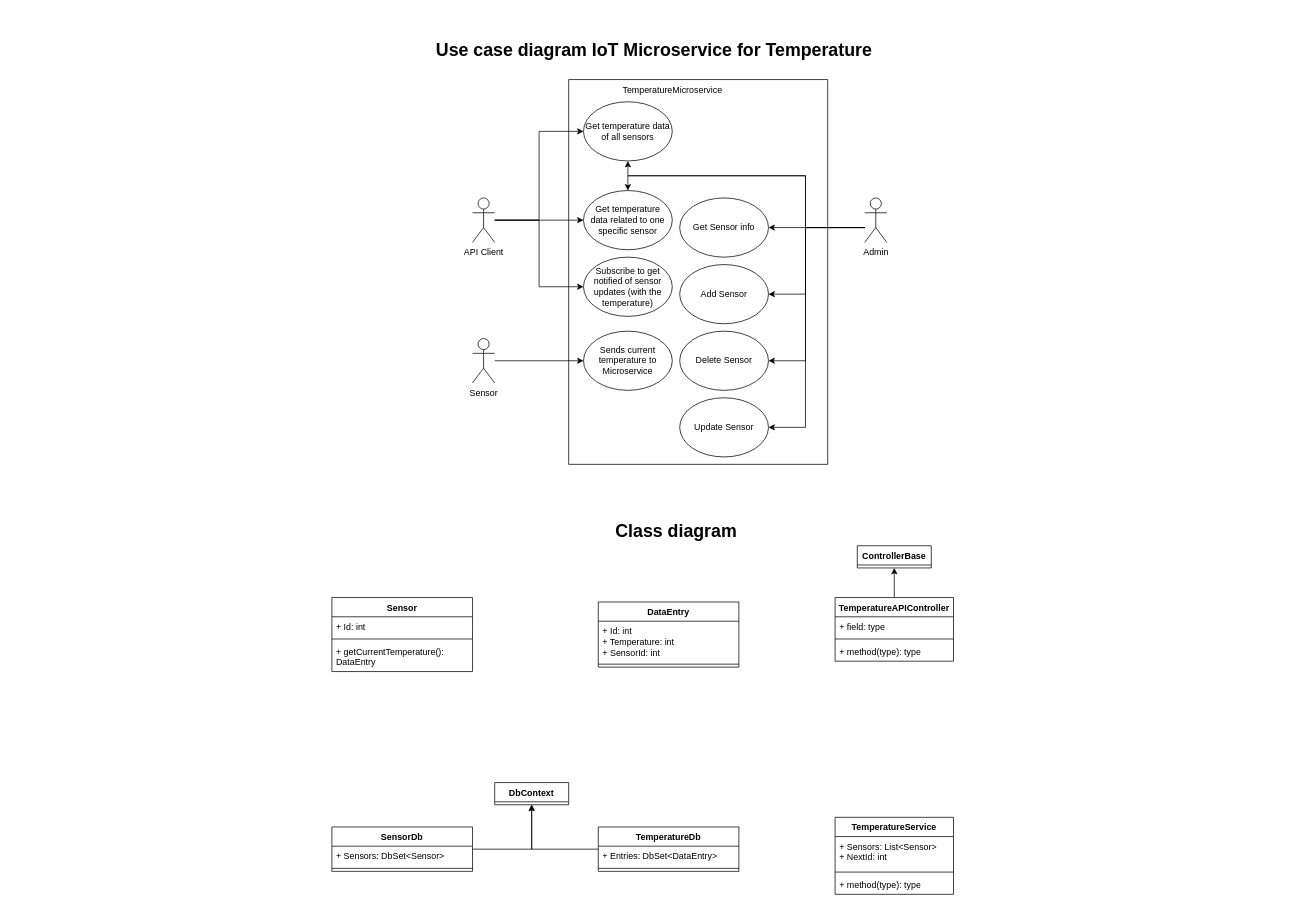
Before: Advanced_programming_use_case.drawio in vincentbriat/vincentbriat, a draw.io diagram. Source tidied: cells renumbered, new cells numbered last; positions are measured from the earlier drawing's top-left corner, leaving out a move shared by most shapes. Both pictures are drawn from the tidied source at 74%, with x=0, y=0 at pixel (95, 35).
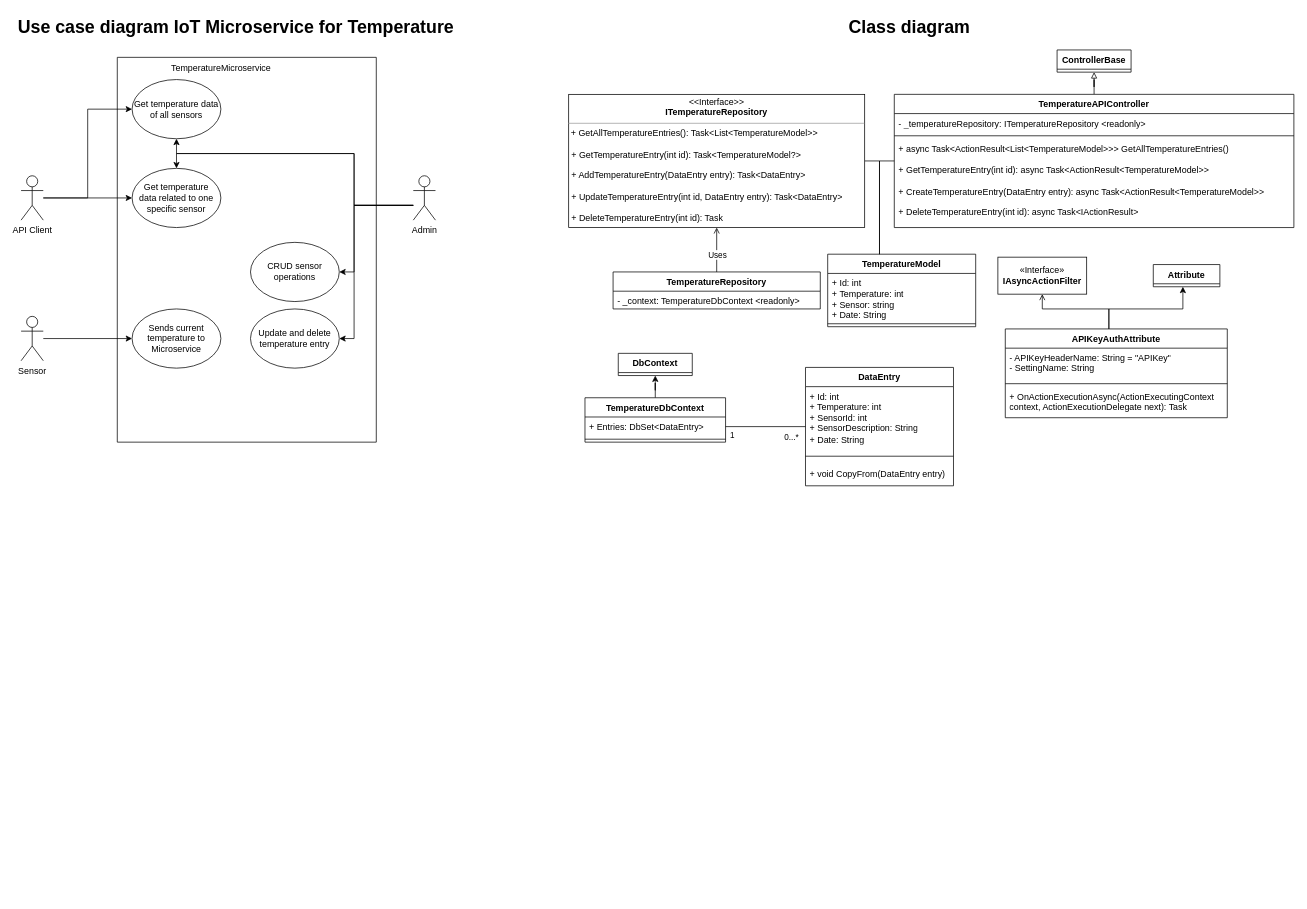
After the change.

The change refers to these unchanged cells:
```xml
<mxCell id="5" value="Get temperature&lt;br&gt;data related to one specific sensor" style="ellipse;whiteSpace=wrap;html=1;" parent="3" vertex="1">
  <mxGeometry x="20" y="150" width="120" height="80" as="geometry" />
</mxCell>
<mxCell id="10" value="Get temperature data&lt;br&gt;of all sensors" style="ellipse;whiteSpace=wrap;html=1;" parent="3" vertex="1">
  <mxGeometry x="20" y="30" width="120" height="80" as="geometry" />
</mxCell>
<mxCell id="41" value="+ Entries: DbSet&amp;lt;DataEntry&amp;gt;" style="text;strokeColor=none;fillColor=none;align=left;verticalAlign=top;spacingLeft=4;spacingRight=4;overflow=hidden;points=[[0,0.5],[1,0.5]];portConstraint=eastwest;whiteSpace=wrap;html=1;" parent="40" vertex="1">
  <mxGeometry y="26" width="190" height="26" as="geometry" />
</mxCell>
```

Change to the diagram source:
```diff
@@
     <mxCell id="2" value="Use case diagram IoT Microservice for Temperature" style="text;strokeColor=none;fillColor=none;html=1;fontSize=24;fontStyle=1;verticalAlign=middle;align=center;" parent="1" vertex="1">
-      <mxGeometry width="1510" height="40" as="geometry" />
+      <mxGeometry x="-110" y="-30" width="600" height="40" as="geometry" />
     </mxCell>
     <mxCell id="3" style="swimlane;startSize=0;" parent="1" vertex="1">
-      <mxGeometry x="640" y="60" width="350" height="520" as="geometry" />
+      <mxGeometry x="30" y="30" width="350" height="520" as="geometry" />
     </mxCell>
@@
-    <mxCell id="6" value="Add Sensor" style="ellipse;whiteSpace=wrap;html=1;" parent="3" vertex="1">
-      <mxGeometry x="150" y="250" width="120" height="80" as="geometry" />
+    <mxCell id="6" value="Update and delete&lt;br&gt;temperature entry" style="ellipse;whiteSpace=wrap;html=1;" parent="3" vertex="1">
+      <mxGeometry x="180" y="340" width="120" height="80" as="geometry" />
     </mxCell>
-    <mxCell id="7" value="Delete Sensor" style="ellipse;whiteSpace=wrap;html=1;" parent="3" vertex="1">
-      <mxGeometry x="150" y="340" width="120" height="80" as="geometry" />
-    </mxCell>
-    <mxCell id="8" value="Update Sensor" style="ellipse;whiteSpace=wrap;html=1;" parent="3" vertex="1">
-      <mxGeometry x="150" y="430" width="120" height="80" as="geometry" />
-    </mxCell>
-    <mxCell id="9" value="Get Sensor info" style="ellipse;whiteSpace=wrap;html=1;" parent="3" vertex="1">
-      <mxGeometry x="150" y="160" width="120" height="80" as="geometry" />
+    <mxCell id="9" value="CRUD sensor operations" style="ellipse;whiteSpace=wrap;html=1;" parent="3" vertex="1">
+      <mxGeometry x="180" y="250" width="120" height="80" as="geometry" />
     </mxCell>
@@
-    <mxCell id="15" value="Subscribe to get notified of sensor updates (with the temperature)" style="ellipse;whiteSpace=wrap;html=1;" parent="3" vertex="1">
-      <mxGeometry x="20" y="240" width="120" height="80" as="geometry" />
-    </mxCell>
     <mxCell id="16" style="edgeStyle=orthogonalEdgeStyle;rounded=0;jettySize=auto;html=1;" parent="1" edge="1" source="18" target="10">
       <mxGeometry relative="1" as="geometry">
         <Array as="points">
-          <mxPoint x="600" y="250" />
-          <mxPoint x="600" y="130" />
+          <mxPoint x="-10" y="220" />
+          <mxPoint x="-10" y="100" />
         </Array>
       </mxGeometry>
     </mxCell>
-    <mxCell id="17" style="edgeStyle=orthogonalEdgeStyle;rounded=0;jettySize=auto;html=1;" parent="1" edge="1" source="18" target="15">
-      <mxGeometry relative="1" as="geometry">
-        <Array as="points">
-          <mxPoint x="600" y="250" />
-          <mxPoint x="600" y="340" />
-        </Array>
-      </mxGeometry>
-    </mxCell>
     <mxCell id="18" value="API Client" style="shape=umlActor;verticalLabelPosition=bottom;verticalAlign=top;html=1;outlineConnect=0;" parent="1" vertex="1">
-      <mxGeometry x="510" y="220" width="30" height="60" as="geometry" />
+      <mxGeometry x="-100" y="190" width="30" height="60" as="geometry" />
     </mxCell>
     <mxCell id="19" style="edgeStyle=orthogonalEdgeStyle;rounded=0;jettySize=auto;html=1;" parent="1" edge="1" source="24" target="6">
       <mxGeometry relative="1" as="geometry">
         <Array as="points">
-          <mxPoint x="960" y="260" />
-          <mxPoint x="960" y="350" />
+          <mxPoint x="350" y="230" />
+          <mxPoint x="350" y="410" />
         </Array>
       </mxGeometry>
     </mxCell>
     <mxCell id="20" style="edgeStyle=orthogonalEdgeStyle;rounded=0;jettySize=auto;html=1;" parent="1" edge="1" source="24" target="9">
       <mxGeometry relative="1" as="geometry">
         <Array as="points">
-          <mxPoint x="1000" y="260" />
-          <mxPoint x="1000" y="260" />
+          <mxPoint x="350" y="230" />
+          <mxPoint x="350" y="320" />
         </Array>
       </mxGeometry>
     </mxCell>
-    <mxCell id="21" style="edgeStyle=orthogonalEdgeStyle;rounded=0;jettySize=auto;html=1;" parent="1" edge="1" source="24" target="7">
-      <mxGeometry relative="1" as="geometry">
-        <Array as="points">
-          <mxPoint x="960" y="260" />
-          <mxPoint x="960" y="440" />
-        </Array>
-      </mxGeometry>
-    </mxCell>
-    <mxCell id="22" style="edgeStyle=orthogonalEdgeStyle;rounded=0;jettySize=auto;html=1;" parent="1" edge="1" source="24" target="8">
-      <mxGeometry relative="1" as="geometry">
-        <Array as="points">
-          <mxPoint x="960" y="260" />
-          <mxPoint x="960" y="530" />
-        </Array>
-      </mxGeometry>
-    </mxCell>
     <mxCell id="23" style="edgeStyle=orthogonalEdgeStyle;rounded=0;jettySize=auto;html=1;" parent="1" edge="1" source="24" target="5">
       <mxGeometry relative="1" as="geometry">
         <Array as="points">
-          <mxPoint x="960" y="260" />
-          <mxPoint x="960" y="190" />
-          <mxPoint x="720" y="190" />
+          <mxPoint x="350" y="230" />
+          <mxPoint x="350" y="160" />
+          <mxPoint x="110" y="160" />
         </Array>
       </mxGeometry>
     </mxCell>
     <mxCell id="24" value="Admin" style="shape=umlActor;verticalLabelPosition=bottom;verticalAlign=top;html=1;outlineConnect=0;" parent="1" vertex="1">
-      <mxGeometry x="1040" y="220" width="30" height="60" as="geometry" />
+      <mxGeometry x="430" y="190" width="30" height="60" as="geometry" />
     </mxCell>
@@
     <mxCell id="26" value="Class diagram" style="text;strokeColor=none;fillColor=none;html=1;fontSize=24;fontStyle=1;verticalAlign=middle;align=center;" parent="1" vertex="1">
-      <mxGeometry x="30" y="650" width="1510" height="40" as="geometry" />
+      <mxGeometry x="1000" y="-30" width="200" height="40" as="geometry" />
     </mxCell>
-    <mxCell id="27" value="Sensor" style="swimlane;fontStyle=1;align=center;verticalAlign=top;horizontal=1;startSize=26;whiteSpace=wrap;html=1;" parent="1" vertex="1">
-      <mxGeometry x="320" y="760" width="190" height="100" as="geometry" />
-    </mxCell>
-    <mxCell id="28" value="+ Id: int" style="text;strokeColor=none;fillColor=none;align=left;verticalAlign=top;spacingLeft=4;spacingRight=4;overflow=hidden;whiteSpace=wrap;html=1;" parent="27" vertex="1">
-      <mxGeometry y="26" width="190" height="26" as="geometry" />
-    </mxCell>
-    <mxCell id="29" style="line;strokeWidth=1;fillColor=none;align=left;verticalAlign=middle;spacingTop=-1;spacingLeft=3;spacingRight=3;labelPosition=right;strokeColor=inherit;" parent="27" vertex="1">
-      <mxGeometry y="52" width="190" height="8" as="geometry" />
-    </mxCell>
-    <mxCell id="30" value="+ getCurrentTemperature(): DataEntry" style="text;strokeColor=none;fillColor=none;align=left;verticalAlign=top;spacingLeft=4;spacingRight=4;overflow=hidden;whiteSpace=wrap;html=1;" parent="27" vertex="1">
-      <mxGeometry y="60" width="190" height="40" as="geometry" />
-    </mxCell>
     <mxCell id="31" value="DbContext" style="swimlane;fontStyle=1;align=center;verticalAlign=top;horizontal=1;startSize=26;whiteSpace=wrap;html=1;" parent="1" vertex="1" collapsed="1">
-      <mxGeometry x="540" y="1010" width="100" height="30" as="geometry" />
+      <mxGeometry x="707" y="430" width="100" height="30" as="geometry" />
     </mxCell>
-    <mxCell id="32" style="edgeStyle=orthogonalEdgeStyle;rounded=0;jettySize=auto;html=1;" parent="1" edge="1" source="33" target="31">
-      <mxGeometry relative="1" as="geometry" />
-    </mxCell>
-    <mxCell id="33" value="SensorDb" style="swimlane;fontStyle=1;align=center;verticalAlign=top;horizontal=1;startSize=26;whiteSpace=wrap;html=1;" parent="1" vertex="1">
-      <mxGeometry x="320" y="1070" width="190" height="60" as="geometry" />
-    </mxCell>
-    <mxCell id="34" value="+ Sensors: DbSet&amp;lt;Sensor&amp;gt;" style="text;strokeColor=none;fillColor=none;align=left;verticalAlign=top;spacingLeft=4;spacingRight=4;overflow=hidden;whiteSpace=wrap;html=1;" parent="33" vertex="1">
-      <mxGeometry y="26" width="190" height="26" as="geometry" />
-    </mxCell>
-    <mxCell id="35" style="line;strokeWidth=1;fillColor=none;align=left;verticalAlign=middle;spacingTop=-1;spacingLeft=3;spacingRight=3;labelPosition=right;strokeColor=inherit;" parent="33" vertex="1">
-      <mxGeometry y="52" width="190" height="8" as="geometry" />
-    </mxCell>
+    <mxCell id="53" style="edgeStyle=orthogonalEdgeStyle;rounded=0;jettySize=auto;html=1;endArrow=none;endFill=0;" parent="1" edge="1" source="36" target="41">
+      <mxGeometry relative="1" as="geometry" />
+    </mxCell>
+    <mxCell id="54" value="0...*" style="edgeLabel;html=1;align=center;verticalAlign=middle;" parent="53" vertex="1">
+      <mxGeometry x="-0.78" y="1" relative="1" as="geometry">
+        <mxPoint x="-8" y="12" as="offset" />
+      </mxGeometry>
+    </mxCell>
+    <mxCell id="55" value="1" style="edgeLabel;html=1;align=center;verticalAlign=middle;" parent="53" vertex="1">
+      <mxGeometry x="0.72" y="2" relative="1" as="geometry">
+        <mxPoint x="-7" y="9" as="offset" />
+      </mxGeometry>
+    </mxCell>
     <mxCell id="36" value="DataEntry" style="swimlane;fontStyle=1;align=center;verticalAlign=top;horizontal=1;startSize=26;whiteSpace=wrap;html=1;" parent="1" vertex="1">
-      <mxGeometry x="680" y="766" width="190" height="88" as="geometry" />
+      <mxGeometry x="960" y="449" width="200" height="160" as="geometry" />
     </mxCell>
-    <mxCell id="37" value="+ Id: int&lt;br&gt;+ Temperature: int&lt;br&gt;+ SensorId: int" style="text;strokeColor=none;fillColor=none;align=left;verticalAlign=top;spacingLeft=4;spacingRight=4;overflow=hidden;whiteSpace=wrap;html=1;" parent="36" vertex="1">
-      <mxGeometry y="26" width="190" height="54" as="geometry" />
+    <mxCell id="37" value="+ Id: int&lt;br&gt;+ Temperature: int&lt;br&gt;+ SensorId: int&lt;br&gt;+ SensorDescription: String&lt;br&gt;+ Date: String" style="text;strokeColor=none;fillColor=none;align=left;verticalAlign=top;spacingLeft=4;spacingRight=4;overflow=hidden;whiteSpace=wrap;html=1;" parent="36" vertex="1">
+      <mxGeometry y="26" width="200" height="84" as="geometry" />
     </mxCell>
     <mxCell id="38" style="line;strokeWidth=1;fillColor=none;align=left;verticalAlign=middle;spacingTop=-1;spacingLeft=3;spacingRight=3;labelPosition=right;strokeColor=inherit;" parent="36" vertex="1">
-      <mxGeometry y="80" width="190" height="8" as="geometry" />
+      <mxGeometry y="110" width="200" height="20" as="geometry" />
     </mxCell>
+    <mxCell id="56" value="+ void CopyFrom(DataEntry entry)" style="text;strokeColor=none;fillColor=none;align=left;verticalAlign=top;spacingLeft=4;spacingRight=4;overflow=hidden;whiteSpace=wrap;html=1;" parent="36" vertex="1">
+      <mxGeometry y="130" width="200" height="30" as="geometry" />
+    </mxCell>
@@
-    <mxCell id="40" value="TemperatureDb" style="swimlane;fontStyle=1;align=center;verticalAlign=top;horizontal=1;startSize=26;whiteSpace=wrap;html=1;" parent="1" vertex="1">
-      <mxGeometry x="680" y="1070" width="190" height="60" as="geometry" />
+    <mxCell id="40" value="TemperatureDbContext" style="swimlane;fontStyle=1;align=center;verticalAlign=top;horizontal=1;startSize=26;whiteSpace=wrap;html=1;" parent="1" vertex="1">
+      <mxGeometry x="662" y="490" width="190" height="60" as="geometry" />
     </mxCell>
@@
-    <mxCell id="43" value="TemperatureService" style="swimlane;fontStyle=1;align=center;verticalAlign=top;horizontal=1;startSize=26;whiteSpace=wrap;html=1;" parent="1" vertex="1">
-      <mxGeometry x="1000" y="1057" width="160" height="104" as="geometry" />
+    <mxCell id="43" value="TemperatureModel" style="swimlane;fontStyle=1;align=center;verticalAlign=top;horizontal=1;startSize=26;whiteSpace=wrap;html=1;" parent="1" vertex="1">
+      <mxGeometry x="990" y="296" width="200" height="98" as="geometry" />
     </mxCell>
-    <mxCell id="44" value="+ Sensors: List&amp;lt;Sensor&amp;gt;&lt;br&gt;+ NextId: int" style="text;strokeColor=none;fillColor=none;align=left;verticalAlign=top;spacingLeft=4;spacingRight=4;overflow=hidden;whiteSpace=wrap;html=1;" parent="43" vertex="1">
-      <mxGeometry y="26" width="160" height="44" as="geometry" />
+    <mxCell id="44" value="&lt;div&gt;+ Id: int&lt;/div&gt;&lt;div&gt;+&amp;nbsp;&lt;span style=&quot;background-color: initial;&quot;&gt;Temperature: int&lt;/span&gt;&lt;/div&gt;&lt;div&gt;+ Sensor: string&lt;/div&gt;&lt;div&gt;+ Date: String&lt;/div&gt;" style="text;strokeColor=none;fillColor=none;align=left;verticalAlign=top;spacingLeft=4;spacingRight=4;overflow=hidden;whiteSpace=wrap;html=1;" parent="43" vertex="1">
+      <mxGeometry y="26" width="200" height="64" as="geometry" />
     </mxCell>
     <mxCell id="45" style="line;strokeWidth=1;fillColor=none;align=left;verticalAlign=middle;spacingTop=-1;spacingLeft=3;spacingRight=3;labelPosition=right;strokeColor=inherit;" parent="43" vertex="1">
-      <mxGeometry y="70" width="160" height="8" as="geometry" />
+      <mxGeometry y="90" width="200" height="8" as="geometry" />
     </mxCell>
-    <mxCell id="46" value="+ method(type): type" style="text;strokeColor=none;fillColor=none;align=left;verticalAlign=top;spacingLeft=4;spacingRight=4;overflow=hidden;whiteSpace=wrap;html=1;" parent="43" vertex="1">
-      <mxGeometry y="78" width="160" height="26" as="geometry" />
-    </mxCell>
-    <mxCell id="47" style="edgeStyle=orthogonalEdgeStyle;rounded=0;jettySize=auto;html=1;" parent="1" edge="1" source="48" target="52">
+    <mxCell id="47" style="edgeStyle=orthogonalEdgeStyle;rounded=0;jettySize=auto;html=1;endArrow=block;endFill=0;" parent="1" edge="1" source="48" target="52">
       <mxGeometry relative="1" as="geometry" />
     </mxCell>
+    <mxCell id="57" style="edgeStyle=orthogonalEdgeStyle;rounded=0;jettySize=auto;html=1;endArrow=none;endFill=0;" parent="1" edge="1" source="48" target="43">
+      <mxGeometry relative="1" as="geometry">
+        <Array as="points">
+          <mxPoint x="1060" y="170" />
+        </Array>
+      </mxGeometry>
+    </mxCell>
     <mxCell id="48" value="TemperatureAPIController" style="swimlane;fontStyle=1;align=center;verticalAlign=top;horizontal=1;startSize=26;whiteSpace=wrap;html=1;" parent="1" vertex="1">
-      <mxGeometry x="1000" y="760" width="160" height="86" as="geometry" />
+      <mxGeometry x="1080" y="80" width="540" height="180" as="geometry" />
     </mxCell>
-    <mxCell id="49" value="+ field: type" style="text;strokeColor=none;fillColor=none;align=left;verticalAlign=top;spacingLeft=4;spacingRight=4;overflow=hidden;whiteSpace=wrap;html=1;" parent="48" vertex="1">
-      <mxGeometry y="26" width="160" height="26" as="geometry" />
+    <mxCell id="49" value="- _temperatureRepository: ITemperatureRepository&amp;nbsp;&amp;lt;readonly&amp;gt;" style="text;strokeColor=none;fillColor=none;align=left;verticalAlign=top;spacingLeft=4;spacingRight=4;overflow=hidden;whiteSpace=wrap;html=1;" parent="48" vertex="1">
+      <mxGeometry y="26" width="540" height="26" as="geometry" />
     </mxCell>
     <mxCell id="50" style="line;strokeWidth=1;fillColor=none;align=left;verticalAlign=middle;spacingTop=-1;spacingLeft=3;spacingRight=3;labelPosition=right;strokeColor=inherit;" parent="48" vertex="1">
-      <mxGeometry y="52" width="160" height="8" as="geometry" />
+      <mxGeometry y="52" width="540" height="8" as="geometry" />
     </mxCell>
-    <mxCell id="51" value="+ method(type): type" style="text;strokeColor=none;fillColor=none;align=left;verticalAlign=top;spacingLeft=4;spacingRight=4;overflow=hidden;whiteSpace=wrap;html=1;" parent="48" vertex="1">
-      <mxGeometry y="60" width="160" height="26" as="geometry" />
+    <mxCell id="51" value="+ async Task&amp;lt;ActionResult&amp;lt;List&amp;lt;TemperatureModel&amp;gt;&amp;gt;&amp;gt; GetAllTemperatureEntries()&lt;br&gt;&lt;br&gt;+ GetTemperatureEntry(int id): async Task&amp;lt;ActionResult&amp;lt;TemperatureModel&amp;gt;&amp;gt;&lt;br&gt;&lt;br&gt;+ CreateTemperatureEntry(DataEntry entry): async Task&amp;lt;ActionResult&amp;lt;TemperatureModel&amp;gt;&amp;gt;&lt;br&gt;&lt;br&gt;+ DeleteTemperatureEntry(int id): async Task&amp;lt;IActionResult&amp;gt;" style="text;strokeColor=none;fillColor=none;align=left;verticalAlign=top;spacingLeft=4;spacingRight=4;overflow=hidden;whiteSpace=wrap;html=1;" parent="48" vertex="1">
+      <mxGeometry y="60" width="540" height="120" as="geometry" />
     </mxCell>
     <mxCell id="52" value="ControllerBase" style="swimlane;fontStyle=1;align=center;verticalAlign=top;horizontal=1;startSize=26;whiteSpace=wrap;html=1;" parent="1" vertex="1" collapsed="1">
-      <mxGeometry x="1030" y="690" width="100" height="30" as="geometry" />
+      <mxGeometry x="1300" y="20" width="100" height="30" as="geometry" />
     </mxCell>
+    <mxCell id="58" style="edgeStyle=orthogonalEdgeStyle;rounded=0;jettySize=auto;html=1;endArrow=none;endFill=0;" parent="1" edge="1" source="59" target="43">
+      <mxGeometry relative="1" as="geometry">
+        <Array as="points">
+          <mxPoint x="1060" y="170" />
+        </Array>
+      </mxGeometry>
+    </mxCell>
+    <mxCell id="59" value="&lt;p style=&quot;margin:0px;margin-top:4px;text-align:center;&quot;&gt;&lt;i&gt;&amp;lt;&amp;lt;&lt;/i&gt;Interface&lt;i&gt;&amp;gt;&amp;gt;&lt;/i&gt;&lt;br&gt;&lt;b&gt;ITemperatureRepository&lt;/b&gt;&lt;br&gt;&lt;/p&gt;&lt;hr size=&quot;1&quot;&gt;&lt;p style=&quot;margin:0px;margin-left:4px;&quot;&gt;&lt;/p&gt;&lt;p style=&quot;margin:0px;margin-left:4px;&quot;&gt;&lt;/p&gt;&amp;nbsp;+ GetAllTemperatureEntries(): Task&amp;lt;List&amp;lt;TemperatureModel&amp;gt;&amp;gt;&lt;br&gt;&lt;br&gt;&lt;p style=&quot;margin:0px;margin-left:4px;&quot;&gt;+ GetTemperatureEntry(int id): Task&amp;lt;TemperatureModel?&amp;gt;&lt;/p&gt;&lt;p style=&quot;margin:0px;margin-left:4px;&quot;&gt;&lt;br&gt;&lt;/p&gt;&lt;p style=&quot;margin:0px;margin-left:4px;&quot;&gt;+ AddTemperatureEntry(DataEntry entry): Task&amp;lt;DataEntry&amp;gt;&lt;/p&gt;&lt;p style=&quot;margin:0px;margin-left:4px;&quot;&gt;&lt;br&gt;&lt;/p&gt;&lt;p style=&quot;margin:0px;margin-left:4px;&quot;&gt;+ UpdateTemperatureEntry(int id, DataEntry entry): Task&amp;lt;DataEntry&amp;gt;&lt;/p&gt;&lt;p style=&quot;margin:0px;margin-left:4px;&quot;&gt;&lt;br&gt;&lt;/p&gt;&lt;p style=&quot;margin:0px;margin-left:4px;&quot;&gt;+ DeleteTemperatureEntry(int id): Task&lt;/p&gt;" style="verticalAlign=top;align=left;overflow=fill;fontSize=12;fontFamily=Helvetica;html=1;whiteSpace=wrap;" parent="1" vertex="1">
+      <mxGeometry x="640" y="80" width="400" height="180" as="geometry" />
+    </mxCell>
+    <mxCell id="60" style="edgeStyle=orthogonalEdgeStyle;rounded=0;jettySize=auto;html=1;endArrow=open;endFill=0;" parent="1" edge="1" source="62" target="59">
+      <mxGeometry relative="1" as="geometry" />
+    </mxCell>
+    <mxCell id="61" value="Uses" style="edgeLabel;html=1;align=center;verticalAlign=middle;" parent="60" vertex="1">
+      <mxGeometry x="-0.08" y="3" relative="1" as="geometry">
+        <mxPoint x="3" y="4" as="offset" />
+      </mxGeometry>
+    </mxCell>
+    <mxCell id="62" value="TemperatureRepository" style="swimlane;fontStyle=1;align=center;verticalAlign=top;horizontal=1;startSize=26;whiteSpace=wrap;html=1;" parent="1" vertex="1">
+      <mxGeometry x="700" y="320" width="280" height="50" as="geometry" />
+    </mxCell>
+    <mxCell id="63" value="- _context: TemperatureDbContext &amp;lt;readonly&amp;gt;" style="text;strokeColor=none;fillColor=none;align=left;verticalAlign=top;spacingLeft=4;spacingRight=4;overflow=hidden;whiteSpace=wrap;html=1;" parent="62" vertex="1">
+      <mxGeometry y="26" width="280" height="24" as="geometry" />
+    </mxCell>
+    <mxCell id="64" style="edgeStyle=orthogonalEdgeStyle;rounded=0;jettySize=auto;html=1;endArrow=open;endFill=0;" parent="1" edge="1" source="66" target="70">
+      <mxGeometry relative="1" as="geometry">
+        <Array as="points">
+          <mxPoint x="1370" y="370" />
+          <mxPoint x="1280" y="370" />
+        </Array>
+      </mxGeometry>
+    </mxCell>
+    <mxCell id="65" style="edgeStyle=orthogonalEdgeStyle;rounded=0;jettySize=auto;html=1;" parent="1" edge="1" source="66" target="71">
+      <mxGeometry relative="1" as="geometry">
+        <Array as="points">
+          <mxPoint x="1370" y="370" />
+          <mxPoint x="1470" y="370" />
+        </Array>
+      </mxGeometry>
+    </mxCell>
+    <mxCell id="66" value="APIKeyAuthAttribute" style="swimlane;fontStyle=1;align=center;verticalAlign=top;horizontal=1;startSize=26;whiteSpace=wrap;html=1;" parent="1" vertex="1">
+      <mxGeometry x="1230" y="397" width="300" height="120" as="geometry" />
+    </mxCell>
+    <mxCell id="67" value="&lt;div&gt;- APIKeyHeaderName: String = &quot;APIKey&quot;&lt;/div&gt;&lt;div&gt;- SettingName: String&lt;/div&gt;" style="text;strokeColor=none;fillColor=none;align=left;verticalAlign=top;spacingLeft=4;spacingRight=4;overflow=hidden;whiteSpace=wrap;html=1;" parent="66" vertex="1">
+      <mxGeometry y="26" width="300" height="44" as="geometry" />
+    </mxCell>
+    <mxCell id="68" style="line;strokeWidth=1;fillColor=none;align=left;verticalAlign=middle;spacingTop=-1;spacingLeft=3;spacingRight=3;labelPosition=right;strokeColor=inherit;" parent="66" vertex="1">
+      <mxGeometry y="70" width="300" height="8" as="geometry" />
+    </mxCell>
+    <mxCell id="69" value="+ OnActionExecutionAsync(ActionExecutingContext context, ActionExecutionDelegate next): Task" style="text;strokeColor=none;fillColor=none;align=left;verticalAlign=top;spacingLeft=4;spacingRight=4;overflow=hidden;whiteSpace=wrap;html=1;" parent="66" vertex="1">
+      <mxGeometry y="78" width="300" height="42" as="geometry" />
+    </mxCell>
+    <mxCell id="70" value="«Interface»&lt;br&gt;&lt;b&gt;IAsyncActionFilter&lt;/b&gt;" style="html=1;whiteSpace=wrap;" parent="1" vertex="1">
+      <mxGeometry x="1220" y="300" width="120" height="50" as="geometry" />
+    </mxCell>
+    <mxCell id="71" value="Attribute" style="swimlane;fontStyle=1;align=center;verticalAlign=top;horizontal=1;startSize=26;whiteSpace=wrap;html=1;" parent="1" vertex="1" collapsed="1">
+      <mxGeometry x="1430" y="310" width="90" height="30" as="geometry" />
+    </mxCell>
```
